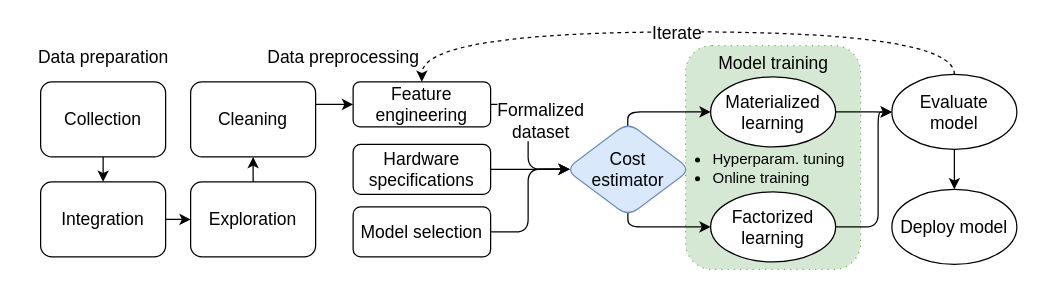
ptemarvelde/MSc-CS-Thesis---Pepijn-te-Marvelde keeps this draw.io diagram as chapters/01_introduction/figures/ML-Pipeline.drawio. Above is the earlier version. Source tidied: cells renumbered, new cells numbered last; positions are measured from the earlier drawing's top-left corner, leaving out a move shared by most shapes. Both pictures are drawn from the tidied source at 125%, with x=0, y=0 at pixel (21, 31).
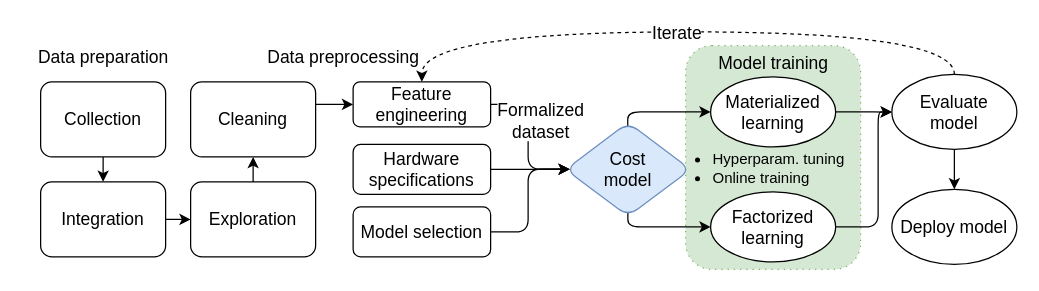
Above is the later version.

Change to the diagram source:
```diff
@@
-    <mxCell id="25" value="Cost &lt;br&gt;estimator" style="rhombus;whiteSpace=wrap;html=1;rounded=1;fillColor=#dae8fc;strokeColor=#6c8ebf;fontSize=14;" parent="1" vertex="1">
+    <mxCell id="25" value="Cost &lt;br&gt;model" style="rhombus;whiteSpace=wrap;html=1;rounded=1;fillColor=#dae8fc;strokeColor=#6c8ebf;fontSize=14;" parent="1" vertex="1">
       <mxGeometry x="435" y="72.5" width="100" height="75" as="geometry" />
     </mxCell>
```
